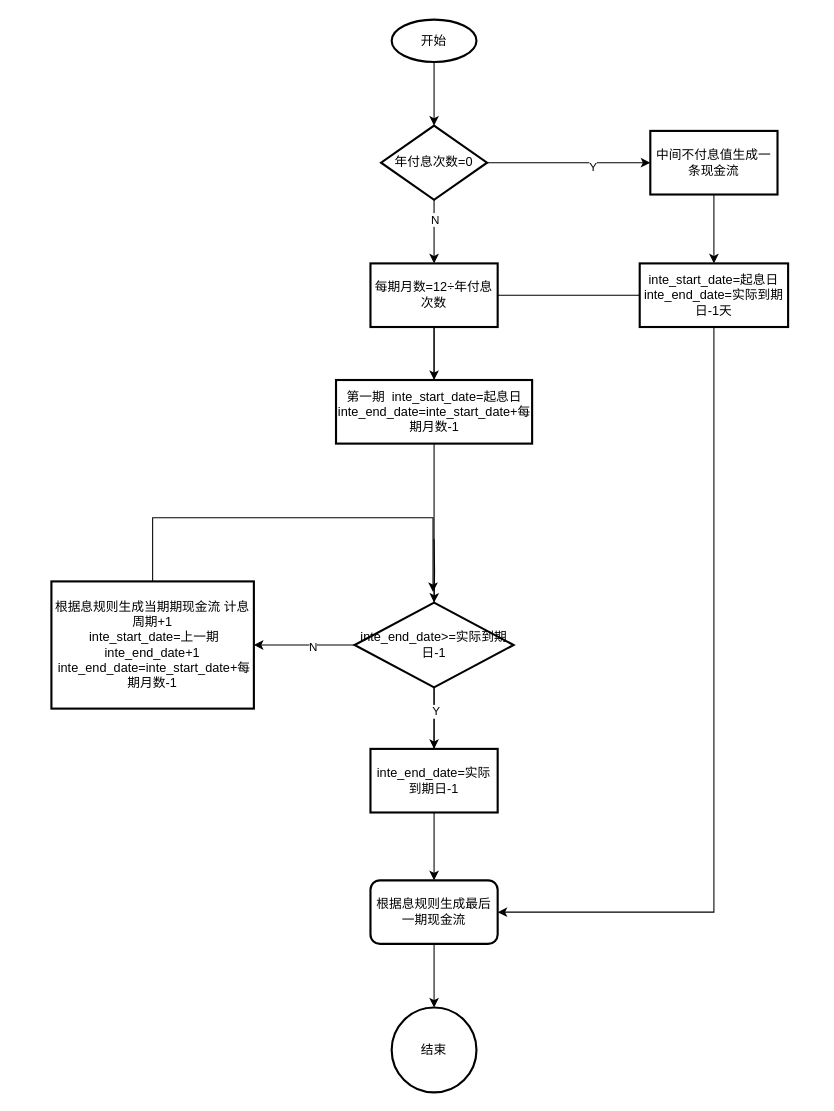
Before: 现金流一次还本.drawio in xbluckly/test, a draw.io diagram. Source tidied: cells renumbered, new cells numbered last; positions are measured from the earlier drawing's top-left corner, leaving out a move shared by most shapes. Both pictures are drawn from the tidied source at 106%, with x=0, y=0 at pixel (51, 19).
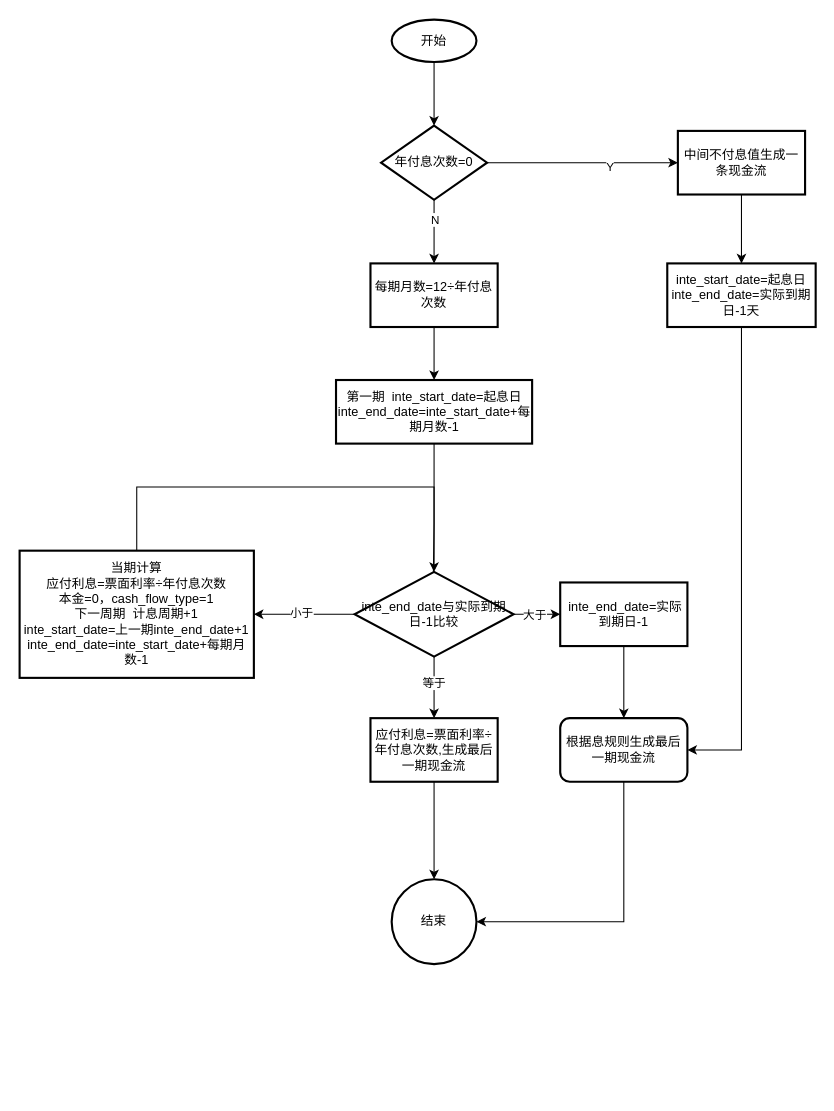
The same page after the edit.

Commit message (it also covers changes not shown here):
更新现金流一次还本.drawio

Unchanged cells that the change refers to:
```xml
<mxCell id="19" value="第一期&amp;nbsp; inte_start_date=起息日inte_end_date=inte_start_date+每期月数-1" style="whiteSpace=wrap;html=1;strokeWidth=2;" parent="1" vertex="1">
  <mxGeometry x="268.5" y="340" width="185" height="60" as="geometry" />
</mxCell>
<mxCell id="20" style="edgeStyle=orthogonalEdgeStyle;rounded=0;jettySize=auto;html=1;" parent="1" edge="1" source="24" target="25">
  <mxGeometry relative="1" as="geometry" />
</mxCell>
<mxCell id="22" style="edgeStyle=orthogonalEdgeStyle;rounded=0;jettySize=auto;html=1;" parent="1" edge="1" source="24" target="28">
  <mxGeometry relative="1" as="geometry" />
</mxCell>
```

Change to the diagram source:
```diff
@@
     <mxCell id="10" value="中间不付息值生成一条现金流" style="whiteSpace=wrap;html=1;strokeWidth=2;" parent="1" vertex="1">
-      <mxGeometry x="565" y="105" width="120" height="60" as="geometry" />
+      <mxGeometry x="591" y="105" width="120" height="60" as="geometry" />
     </mxCell>
-    <mxCell id="11" style="edgeStyle=orthogonalEdgeStyle;rounded=0;jettySize=auto;html=1;" parent="1" edge="1" source="13" target="15">
-      <mxGeometry relative="1" as="geometry" />
-    </mxCell>
-    <mxCell id="12" style="edgeStyle=orthogonalEdgeStyle;rounded=0;jettySize=auto;html=1;entryX=1;entryY=0.5;entryDx=0;entryDy=0;exitX=0.5;exitY=1;exitDx=0;exitDy=0;" parent="1" edge="1" source="13" target="15">
-      <mxGeometry relative="1" as="geometry" />
-    </mxCell>
+    <mxCell id="29" style="edgeStyle=orthogonalEdgeStyle;rounded=0;jettySize=auto;html=1;entryX=1;entryY=0.5;entryDx=0;entryDy=0;exitX=0.5;exitY=1;exitDx=0;exitDy=0;" parent="1" edge="1" source="13" target="15">
+      <mxGeometry relative="1" as="geometry" />
+    </mxCell>
     <mxCell id="13" value="inte_start_date=起息日inte_end_date=实际到期日-1天" style="whiteSpace=wrap;html=1;strokeWidth=2;" parent="1" vertex="1">
-      <mxGeometry x="555" y="230" width="140" height="60" as="geometry" />
+      <mxGeometry x="581" y="230" width="140" height="60" as="geometry" />
     </mxCell>
-    <mxCell id="14" style="edgeStyle=orthogonalEdgeStyle;rounded=0;jettySize=auto;html=1;" parent="1" edge="1" source="15" target="26">
+    <mxCell id="14" style="edgeStyle=orthogonalEdgeStyle;rounded=0;jettySize=auto;html=1;entryX=1;entryY=0.5;entryDx=0;entryDy=0;exitX=0.5;exitY=1;exitDx=0;exitDy=0;" parent="1" edge="1" source="15" target="26">
       <mxGeometry relative="1" as="geometry" />
     </mxCell>
     <mxCell id="15" value="根据息规则生成最后一期现金流" style="rounded=1;whiteSpace=wrap;html=1;strokeWidth=2;" parent="1" vertex="1">
-      <mxGeometry x="301" y="812" width="120" height="60" as="geometry" />
+      <mxGeometry x="480" y="659" width="120" height="60" as="geometry" />
     </mxCell>
@@
-    <mxCell id="18" style="edgeStyle=orthogonalEdgeStyle;rounded=0;jettySize=auto;html=1;" parent="1" edge="1" target="24">
-      <mxGeometry relative="1" as="geometry">
-        <mxPoint x="361" y="490" as="sourcePoint" />
-      </mxGeometry>
-    </mxCell>
+    <mxCell id="30" style="edgeStyle=orthogonalEdgeStyle;rounded=0;jettySize=auto;html=1;" parent="1" edge="1" source="19">
+      <mxGeometry relative="1" as="geometry">
+        <mxPoint x="360" y="550" as="targetPoint" />
+      </mxGeometry>
+    </mxCell>
@@
-    <mxCell id="21" value="Y" style="edgeLabel;html=1;align=center;verticalAlign=middle;" parent="20" vertex="1">
-      <mxGeometry x="-0.24" y="1" relative="1" as="geometry" />
-    </mxCell>
+    <mxCell id="31" value="等于" style="edgeLabel;html=1;align=center;verticalAlign=middle;" parent="20" vertex="1">
+      <mxGeometry x="-0.16" y="-1" relative="1" as="geometry" />
+    </mxCell>
@@
-    <mxCell id="23" value="N" style="edgeLabel;html=1;align=center;verticalAlign=middle;" parent="22" vertex="1">
-      <mxGeometry x="-0.15" y="1" relative="1" as="geometry" />
-    </mxCell>
+    <mxCell id="32" value="小于" style="edgeLabel;html=1;align=center;verticalAlign=middle;" parent="22" vertex="1">
+      <mxGeometry x="0.08" y="-2" relative="1" as="geometry" />
+    </mxCell>
+    <mxCell id="33" style="edgeStyle=orthogonalEdgeStyle;rounded=0;jettySize=auto;html=1;" parent="1" edge="1" source="24" target="37">
+      <mxGeometry relative="1" as="geometry" />
+    </mxCell>
+    <mxCell id="34" value="大于" style="edgeLabel;html=1;align=center;verticalAlign=middle;" parent="33" vertex="1">
+      <mxGeometry x="-0.12" relative="1" as="geometry" />
+    </mxCell>
-    <mxCell id="24" value="inte_end_date&amp;gt;=实际到期日-1" style="rhombus;whiteSpace=wrap;html=1;strokeWidth=2;" parent="1" vertex="1">
-      <mxGeometry x="286" y="550" width="150" height="80" as="geometry" />
+    <mxCell id="24" value="inte_end_date与实际到期日-1比较" style="rhombus;whiteSpace=wrap;html=1;strokeWidth=2;" parent="1" vertex="1">
+      <mxGeometry x="286" y="521" width="150" height="80" as="geometry" />
     </mxCell>
+    <mxCell id="35" style="edgeStyle=orthogonalEdgeStyle;rounded=0;jettySize=auto;html=1;" parent="1" edge="1" source="25" target="26">
+      <mxGeometry relative="1" as="geometry" />
+    </mxCell>
-    <mxCell id="25" value="inte_end_date=实际到期日-1" style="whiteSpace=wrap;html=1;strokeWidth=2;" parent="1" vertex="1">
-      <mxGeometry x="301" y="688" width="120" height="60" as="geometry" />
+    <mxCell id="25" value="应付利息=票面利率÷年付息次数,生成最后一期现金流" style="whiteSpace=wrap;html=1;strokeWidth=2;" parent="1" vertex="1">
+      <mxGeometry x="301" y="659" width="120" height="60" as="geometry" />
     </mxCell>
     <mxCell id="26" value="结束" style="ellipse;whiteSpace=wrap;html=1;rounded=1;strokeWidth=2;" parent="1" vertex="1">
-      <mxGeometry x="321" y="932" width="80" height="80" as="geometry" />
+      <mxGeometry x="321" y="811" width="80" height="80" as="geometry" />
     </mxCell>
-    <mxCell id="27" style="edgeStyle=orthogonalEdgeStyle;rounded=0;jettySize=auto;html=1;exitX=0.5;exitY=0;exitDx=0;exitDy=0;" parent="1" edge="1" source="28">
+    <mxCell id="27" style="edgeStyle=orthogonalEdgeStyle;rounded=0;jettySize=auto;html=1;exitX=0.5;exitY=0;exitDx=0;exitDy=0;entryX=0.5;entryY=0;entryDx=0;entryDy=0;" parent="1" edge="1" source="28" target="24">
       <mxGeometry relative="1" as="geometry">
-        <mxPoint x="360" y="540" as="targetPoint" />
         <Array as="points">
-          <mxPoint x="96" y="470" />
-          <mxPoint x="360" y="470" />
+          <mxPoint x="81" y="441" />
+          <mxPoint x="361" y="441" />
         </Array>
       </mxGeometry>
     </mxCell>
-    <mxCell id="28" value="根据息规则生成当期期现金流&lt;span style=&quot;background-color: transparent;&quot;&gt;&amp;nbsp;计息周期+1&lt;/span&gt;&lt;div&gt;&amp;nbsp;inte_start_date=上一期inte_end_date+1&lt;/div&gt;&lt;div&gt;&amp;nbsp;inte_end_date=inte_start_date+每期月数-1&lt;/div&gt;" style="whiteSpace=wrap;html=1;strokeWidth=2;" parent="1" vertex="1">
-      <mxGeometry y="530" width="191" height="120" as="geometry" />
+    <mxCell id="28" value="&lt;div&gt;当期计算&lt;/div&gt;&lt;div&gt;应付利息=票面利率÷年付息次数&lt;/div&gt;&lt;div&gt;本金=0，cash_flow_type=1&lt;/div&gt;&lt;div&gt;下一周期&amp;nbsp; 计息周期+1&lt;/div&gt;&lt;div&gt;inte_start_date=上一期inte_end_date+1&lt;/div&gt;&lt;div&gt;inte_end_date=inte_start_date+每期月数-1&lt;/div&gt;" style="whiteSpace=wrap;html=1;strokeWidth=2;" parent="1" vertex="1">
+      <mxGeometry x="-30" y="501" width="221" height="120" as="geometry" />
     </mxCell>
+    <mxCell id="36" style="edgeStyle=orthogonalEdgeStyle;rounded=0;jettySize=auto;html=1;" parent="1" edge="1" source="37" target="15">
+      <mxGeometry relative="1" as="geometry" />
+    </mxCell>
+    <mxCell id="37" value="&amp;nbsp;inte_end_date=实际到期日-1" style="whiteSpace=wrap;html=1;strokeWidth=2;" parent="1" vertex="1">
+      <mxGeometry x="480" y="531" width="120" height="60" as="geometry" />
+    </mxCell>
```
